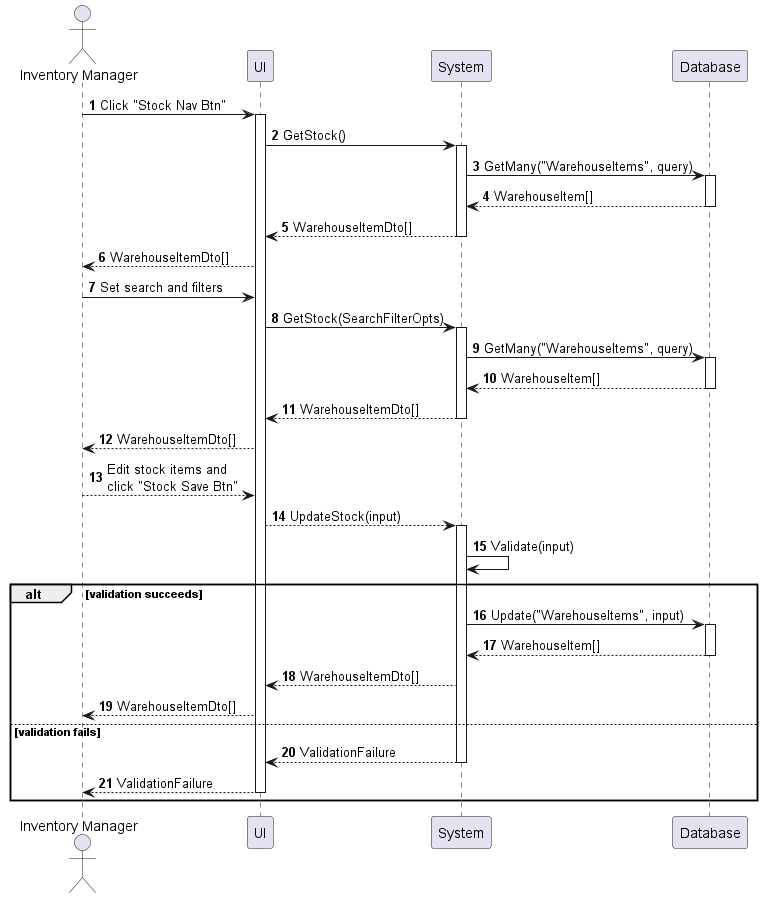
The PlantUML diagram sequences/inventory-stock-enter.png in phihungha/scmss-reqs, before a commit.
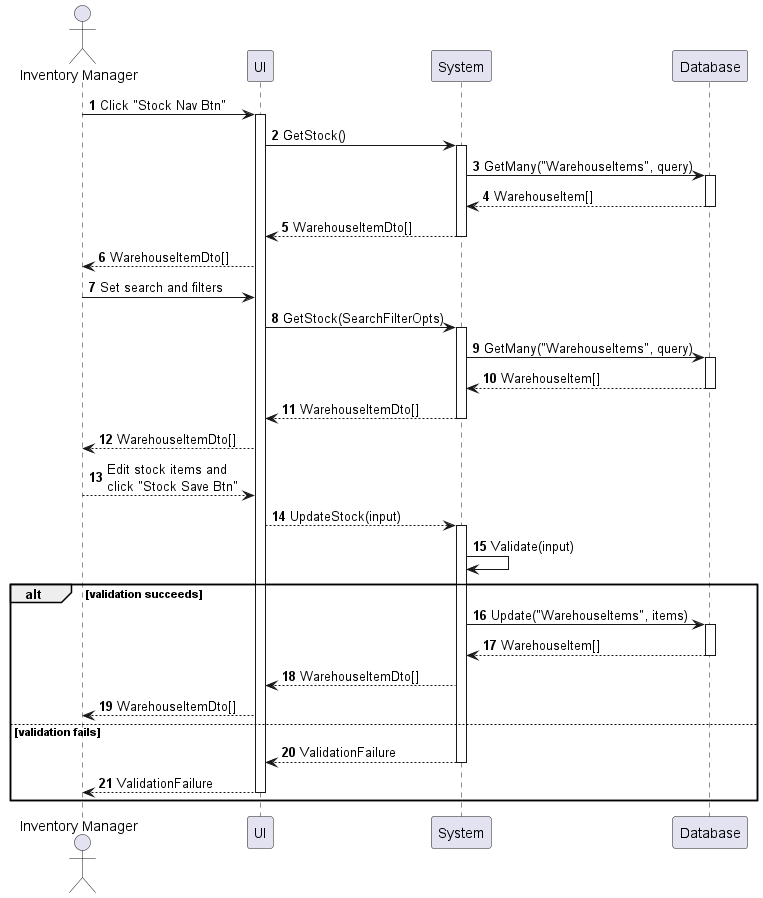
Later version of the same file.

Change to the diagram source:
```diff
@@ -28,7 +28,7 @@
 activate b
 b -> b : Validate(input)
 alt validation succeeds
-    b -> d : Update("WarehouseItems", input)
+    b -> d : Update("WarehouseItems", items)
     activate d
     return WarehouseItem[]
     b --> f : WarehouseItemDto[]
```
